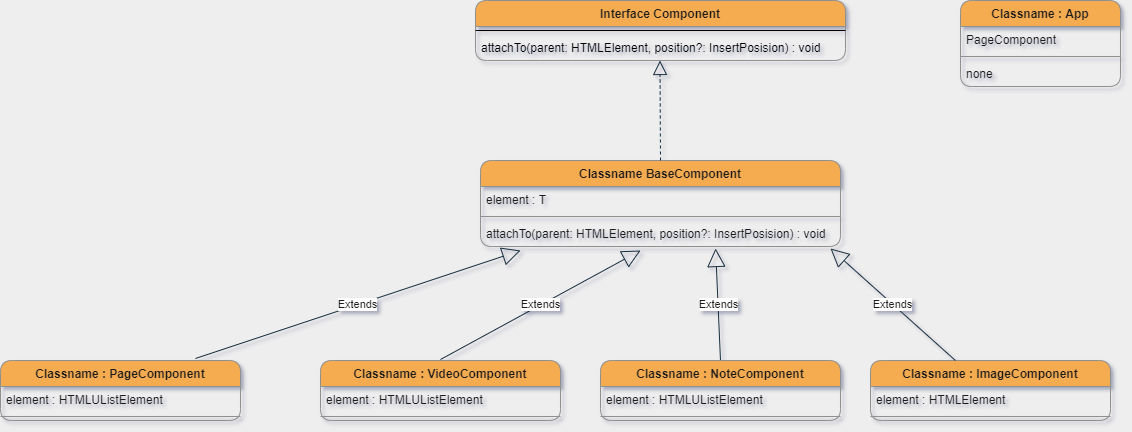
The draw.io diagram ClassDiagram/class-diagram-motion-initialPage.png in goldmayo/Motion, before a commit. Source tidied: cells renumbered, new cells last; positions are measured from the earlier drawing's top-left corner, leaving out a move shared by most shapes.
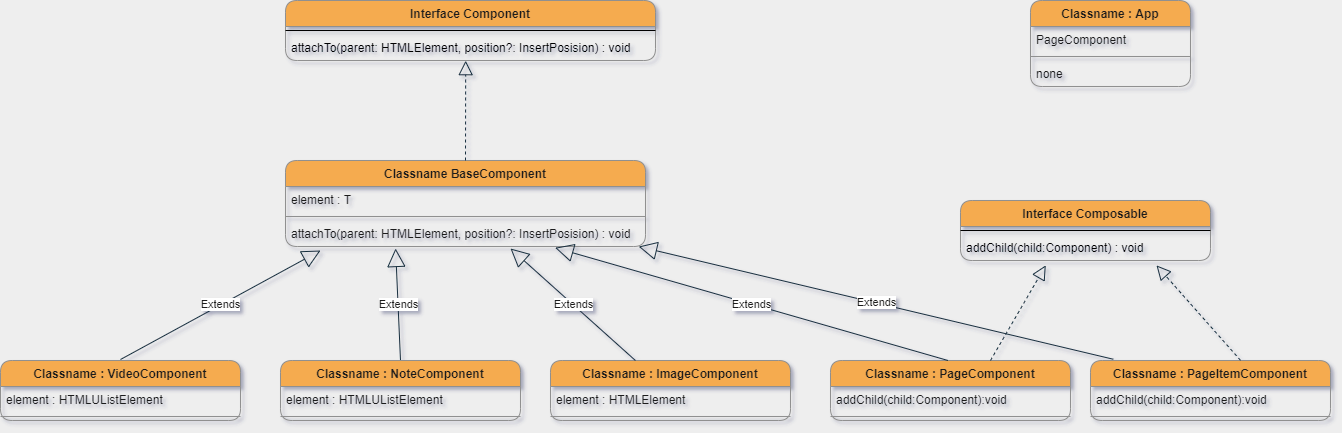
Later version of the same file.

Commit message:
refacor : page components

The edit, as a diff of the source:
```diff
@@ -15,7 +15,7 @@
       <mxGeometry y="60" width="160" height="26" as="geometry" />
     </mxCell>
     <mxCell id="6" value="Classname : VideoComponent" style="swimlane;fontStyle=1;align=center;verticalAlign=top;horizontal=1;startSize=26;rounded=1;strokeColor=#909090;fillColor=#F5AB50;fontColor=#1A1A1A;" parent="1" vertex="1">
-      <mxGeometry x="320" y="360" width="240" height="60" as="geometry" />
+      <mxGeometry x="-70" y="360" width="240" height="60" as="geometry" />
     </mxCell>
     <mxCell id="7" value="element : HTMLUListElement" style="text;strokeColor=none;fillColor=none;align=left;verticalAlign=top;spacingLeft=4;spacingRight=4;overflow=hidden;fontColor=#1A1A1A;" parent="6" vertex="1">
       <mxGeometry y="26" width="240" height="26" as="geometry" />
@@ -24,7 +24,7 @@
       <mxGeometry y="52" width="240" height="8" as="geometry" />
     </mxCell>
     <mxCell id="9" value="Classname : ImageComponent" style="swimlane;fontStyle=1;align=center;verticalAlign=top;horizontal=1;startSize=26;rounded=1;strokeColor=#909090;fillColor=#F5AB50;fontColor=#1A1A1A;" parent="1" vertex="1">
-      <mxGeometry x="870" y="360" width="240" height="60" as="geometry" />
+      <mxGeometry x="480" y="360" width="240" height="60" as="geometry" />
     </mxCell>
     <mxCell id="10" value="element : HTMLElement" style="text;strokeColor=none;fillColor=none;align=left;verticalAlign=top;spacingLeft=4;spacingRight=4;overflow=hidden;fontColor=#1A1A1A;" parent="9" vertex="1">
       <mxGeometry y="26" width="240" height="26" as="geometry" />
@@ -33,7 +33,7 @@
       <mxGeometry y="52" width="240" height="8" as="geometry" />
     </mxCell>
     <mxCell id="12" value="Classname BaseComponent" style="swimlane;fontStyle=1;align=center;verticalAlign=top;horizontal=1;startSize=26;fillColor=#F5AB50;strokeColor=#909090;fontColor=#1A1A1A;rounded=1;" parent="1" vertex="1">
-      <mxGeometry x="480" y="160" width="360" height="86" as="geometry" />
+      <mxGeometry x="215" y="160" width="360" height="86" as="geometry" />
     </mxCell>
     <mxCell id="13" value="element : T" style="text;strokeColor=none;fillColor=none;align=left;verticalAlign=top;spacingLeft=4;spacingRight=4;overflow=hidden;fontColor=#1A1A1A;" parent="12" vertex="1">
       <mxGeometry y="26" width="360" height="26" as="geometry" />
@@ -45,7 +45,7 @@
       <mxGeometry y="60" width="360" height="26" as="geometry" />
     </mxCell>
     <mxCell id="16" value="Interface Component" style="swimlane;fontStyle=1;align=center;verticalAlign=top;horizontal=1;startSize=26;rounded=1;sketch=0;fontColor=#1A1A1A;strokeColor=#909090;fillColor=#F5AB50;" parent="1" vertex="1">
-      <mxGeometry x="475" width="370" height="60" as="geometry" />
+      <mxGeometry x="215" width="370" height="60" as="geometry" />
     </mxCell>
     <mxCell id="17" style="line;strokeWidth=1;fillColor=none;align=left;verticalAlign=middle;spacingTop=-1;spacingLeft=3;spacingRight=3;labelPosition=right;" parent="16" vertex="1">
       <mxGeometry y="26" width="370" height="8" as="geometry" />
@@ -53,22 +53,22 @@
     <mxCell id="18" value="attachTo(parent: HTMLElement, position?: InsertPosision) : void" style="text;strokeColor=none;fillColor=none;align=left;verticalAlign=top;spacingLeft=4;spacingRight=4;overflow=hidden;points=[[0,0.5],[1,0.5]];portConstraint=eastwest;" parent="16" vertex="1">
       <mxGeometry y="34" width="370" height="26" as="geometry" />
     </mxCell>
-    <mxCell id="19" style="endArrow=block;dashed=1;endFill=0;endSize=12;html=1;fontColor=#1A1A1A;strokeColor=#182E3E;exitX=0.5;exitY=0;exitDx=0;exitDy=0;" parent="1" edge="1" source="12">
-      <mxGeometry relative="1" as="geometry">
-        <mxPoint x="659.5" y="60" as="targetPoint" />
-      </mxGeometry>
+    <mxCell id="19" style="endArrow=block;dashed=1;endFill=0;endSize=12;html=1;fontColor=#1A1A1A;strokeColor=#182E3E;exitX=0.5;exitY=0;exitDx=0;exitDy=0;entryX=0.487;entryY=1.007;entryDx=0;entryDy=0;entryPerimeter=0;" parent="1" edge="1" source="12" target="18">
+      <mxGeometry relative="1" as="geometry" />
     </mxCell>
     <mxCell id="20" value="Extends" style="endArrow=block;endSize=16;endFill=0;html=1;fontColor=#1A1A1A;strokeColor=#182E3E;" parent="1" edge="1">
       <mxGeometry relative="1" as="geometry">
-        <mxPoint x="440" y="359" as="sourcePoint" />
-        <mxPoint x="640" y="250" as="targetPoint" />
+        <mxPoint x="50" y="359" as="sourcePoint" />
+        <mxPoint x="250" y="250" as="targetPoint" />
       </mxGeometry>
     </mxCell>
-    <mxCell id="21" value="Extends" style="endArrow=block;endSize=16;endFill=0;html=1;fontColor=#1A1A1A;strokeColor=#182E3E;entryX=0.653;entryY=1.077;entryDx=0;entryDy=0;entryPerimeter=0;exitX=0.5;exitY=0;exitDx=0;exitDy=0;" parent="1" edge="1" source="22" target="15">
-      <mxGeometry relative="1" as="geometry" />
+    <mxCell id="21" value="Extends" style="endArrow=block;endSize=16;endFill=0;html=1;fontColor=#1A1A1A;strokeColor=#182E3E;entryX=0.653;entryY=1.077;entryDx=0;entryDy=0;entryPerimeter=0;exitX=0.5;exitY=0;exitDx=0;exitDy=0;" parent="1" edge="1" source="22">
+      <mxGeometry relative="1" as="geometry">
+        <mxPoint x="325.1" y="248" as="targetPoint" />
+      </mxGeometry>
     </mxCell>
     <mxCell id="22" value="Classname : NoteComponent" style="swimlane;fontStyle=1;align=center;verticalAlign=top;horizontal=1;startSize=26;rounded=1;strokeColor=#909090;fillColor=#F5AB50;fontColor=#1A1A1A;" parent="1" vertex="1">
-      <mxGeometry x="600" y="360" width="240" height="60" as="geometry" />
+      <mxGeometry x="210" y="360" width="240" height="60" as="geometry" />
     </mxCell>
     <mxCell id="23" value="element : HTMLUListElement" style="text;strokeColor=none;fillColor=none;align=left;verticalAlign=top;spacingLeft=4;spacingRight=4;overflow=hidden;fontColor=#1A1A1A;" parent="22" vertex="1">
       <mxGeometry y="26" width="240" height="26" as="geometry" />
@@ -77,9 +77,9 @@
       <mxGeometry y="52" width="240" height="8" as="geometry" />
     </mxCell>
     <mxCell id="25" value="Classname : PageComponent" style="swimlane;fontStyle=1;align=center;verticalAlign=top;horizontal=1;startSize=26;rounded=1;strokeColor=#909090;fillColor=#F5AB50;fontColor=#1A1A1A;" parent="1" vertex="1">
-      <mxGeometry y="360" width="240" height="60" as="geometry" />
+      <mxGeometry x="760" y="360" width="240" height="60" as="geometry" />
     </mxCell>
-    <mxCell id="26" value="element : HTMLUListElement" style="text;strokeColor=none;fillColor=none;align=left;verticalAlign=top;spacingLeft=4;spacingRight=4;overflow=hidden;fontColor=#1A1A1A;" parent="25" vertex="1">
+    <mxCell id="26" value="addChild(child:Component):void" style="text;strokeColor=none;fillColor=none;align=left;verticalAlign=top;spacingLeft=4;spacingRight=4;overflow=hidden;fontColor=#1A1A1A;" parent="25" vertex="1">
       <mxGeometry y="26" width="240" height="26" as="geometry" />
     </mxCell>
     <mxCell id="27" style="line;strokeWidth=1;fillColor=none;align=left;verticalAlign=middle;spacingTop=-1;spacingLeft=3;spacingRight=3;labelPosition=right;strokeColor=#909090;fontColor=#1A1A1A;labelBackgroundColor=#EEEEEE;" parent="25" vertex="1">
@@ -87,15 +87,47 @@
     </mxCell>
     <mxCell id="28" value="Extends" style="endArrow=block;endSize=16;endFill=0;html=1;fontColor=#1A1A1A;strokeColor=#182E3E;entryX=0.653;entryY=1.077;entryDx=0;entryDy=0;entryPerimeter=0;" parent="1" edge="1">
       <mxGeometry relative="1" as="geometry">
-        <mxPoint x="954.9" y="360" as="sourcePoint" />
-        <mxPoint x="830" y="248" as="targetPoint" />
+        <mxPoint x="564.9" y="360" as="sourcePoint" />
+        <mxPoint x="440" y="248" as="targetPoint" />
       </mxGeometry>
     </mxCell>
-    <mxCell id="29" value="Extends" style="endArrow=block;endSize=16;endFill=0;html=1;fontColor=#1A1A1A;strokeColor=#182E3E;" parent="1" edge="1">
+    <mxCell id="29" value="Extends" style="endArrow=block;endSize=16;endFill=0;html=1;fontColor=#1A1A1A;strokeColor=#182E3E;entryX=0.749;entryY=1.048;entryDx=0;entryDy=0;entryPerimeter=0;" parent="1" edge="1" target="15">
       <mxGeometry relative="1" as="geometry">
-        <mxPoint x="194.9" y="358" as="sourcePoint" />
-        <mxPoint x="520" y="250" as="targetPoint" />
+        <mxPoint x="877.5" y="360" as="sourcePoint" />
       </mxGeometry>
     </mxCell>
+    <mxCell id="30" value="Classname : PageItemComponent" style="swimlane;fontStyle=1;align=center;verticalAlign=top;horizontal=1;startSize=26;rounded=1;strokeColor=#909090;fillColor=#F5AB50;fontColor=#1A1A1A;" parent="1" vertex="1">
+      <mxGeometry x="1020" y="360" width="240" height="60" as="geometry" />
+    </mxCell>
+    <mxCell id="31" value="addChild(child:Component):void" style="text;strokeColor=none;fillColor=none;align=left;verticalAlign=top;spacingLeft=4;spacingRight=4;overflow=hidden;fontColor=#1A1A1A;" parent="30" vertex="1">
+      <mxGeometry y="26" width="240" height="26" as="geometry" />
+    </mxCell>
+    <mxCell id="32" style="line;strokeWidth=1;fillColor=none;align=left;verticalAlign=middle;spacingTop=-1;spacingLeft=3;spacingRight=3;labelPosition=right;strokeColor=#909090;fontColor=#1A1A1A;labelBackgroundColor=#EEEEEE;" parent="30" vertex="1">
+      <mxGeometry y="52" width="240" height="8" as="geometry" />
+    </mxCell>
+    <mxCell id="33" value="Extends" style="endArrow=block;endSize=16;endFill=0;html=1;fontColor=#1A1A1A;strokeColor=#182E3E;entryX=0.981;entryY=1.002;entryDx=0;entryDy=0;entryPerimeter=0;" parent="1" edge="1" target="15">
+      <mxGeometry relative="1" as="geometry">
+        <mxPoint x="1042.8" y="358.8" as="sourcePoint" />
+      </mxGeometry>
+    </mxCell>
+    <mxCell id="34" value="Interface Composable" style="swimlane;fontStyle=1;align=center;verticalAlign=top;horizontal=1;startSize=26;rounded=1;sketch=0;fontColor=#1A1A1A;strokeColor=#909090;fillColor=#F5AB50;" parent="1" vertex="1">
+      <mxGeometry x="890" y="200" width="250" height="60" as="geometry" />
+    </mxCell>
+    <mxCell id="35" style="line;strokeWidth=1;fillColor=none;align=left;verticalAlign=middle;spacingTop=-1;spacingLeft=3;spacingRight=3;labelPosition=right;" parent="34" vertex="1">
+      <mxGeometry y="26" width="250" height="8" as="geometry" />
+    </mxCell>
+    <mxCell id="36" value="addChild(child:Component) : void" style="text;strokeColor=none;fillColor=none;align=left;verticalAlign=top;spacingLeft=4;spacingRight=4;overflow=hidden;points=[[0,0.5],[1,0.5]];portConstraint=eastwest;" parent="34" vertex="1">
+      <mxGeometry y="34" width="250" height="26" as="geometry" />
+    </mxCell>
+    <mxCell id="37" style="endArrow=block;dashed=1;endFill=0;endSize=12;html=1;fontColor=#1A1A1A;strokeColor=#182E3E;exitX=0.5;exitY=0;exitDx=0;exitDy=0;entryX=0.784;entryY=1.188;entryDx=0;entryDy=0;entryPerimeter=0;" parent="1" edge="1" target="36">
+      <mxGeometry relative="1" as="geometry">
+        <mxPoint x="1170" y="359.8" as="sourcePoint" />
+      </mxGeometry>
+    </mxCell>
+    <mxCell id="38" style="endArrow=block;dashed=1;endFill=0;endSize=12;html=1;fontColor=#1A1A1A;strokeColor=#182E3E;exitX=0.5;exitY=0;exitDx=0;exitDy=0;entryX=0.341;entryY=1.188;entryDx=0;entryDy=0;entryPerimeter=0;" parent="1" edge="1" target="36">
+      <mxGeometry relative="1" as="geometry">
+        <mxPoint x="920" y="360" as="sourcePoint" />
+      </mxGeometry>
+    </mxCell>
   </root>
 </mxGraphModel>
```
